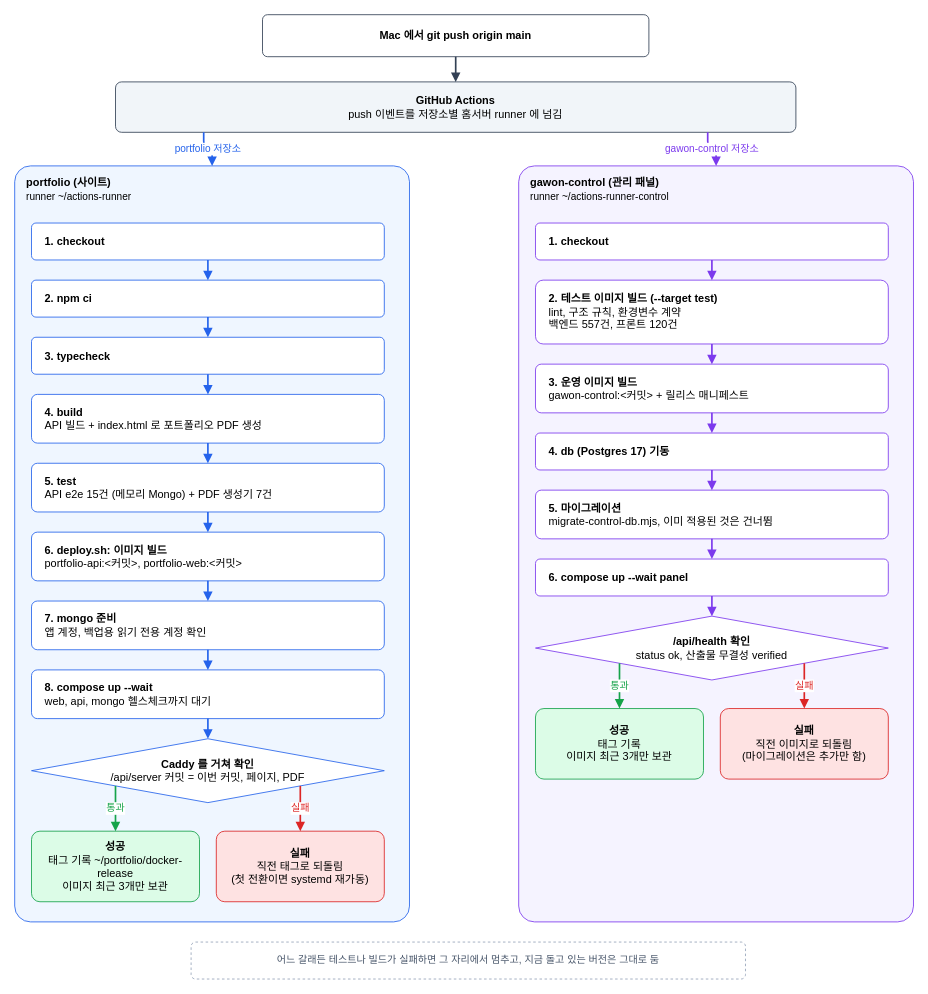
Above: docs/diagrams/deploy-pipeline.drawio in wongakim-99/portfolio (draw.io), before the change. Source tidied: cells renumbered, new cells numbered last; positions are measured from the earlier drawing's top-left corner, leaving out a move shared by most shapes. Both pictures are drawn from the tidied source at 84%, with x=0, y=0 at pixel (14, 14).
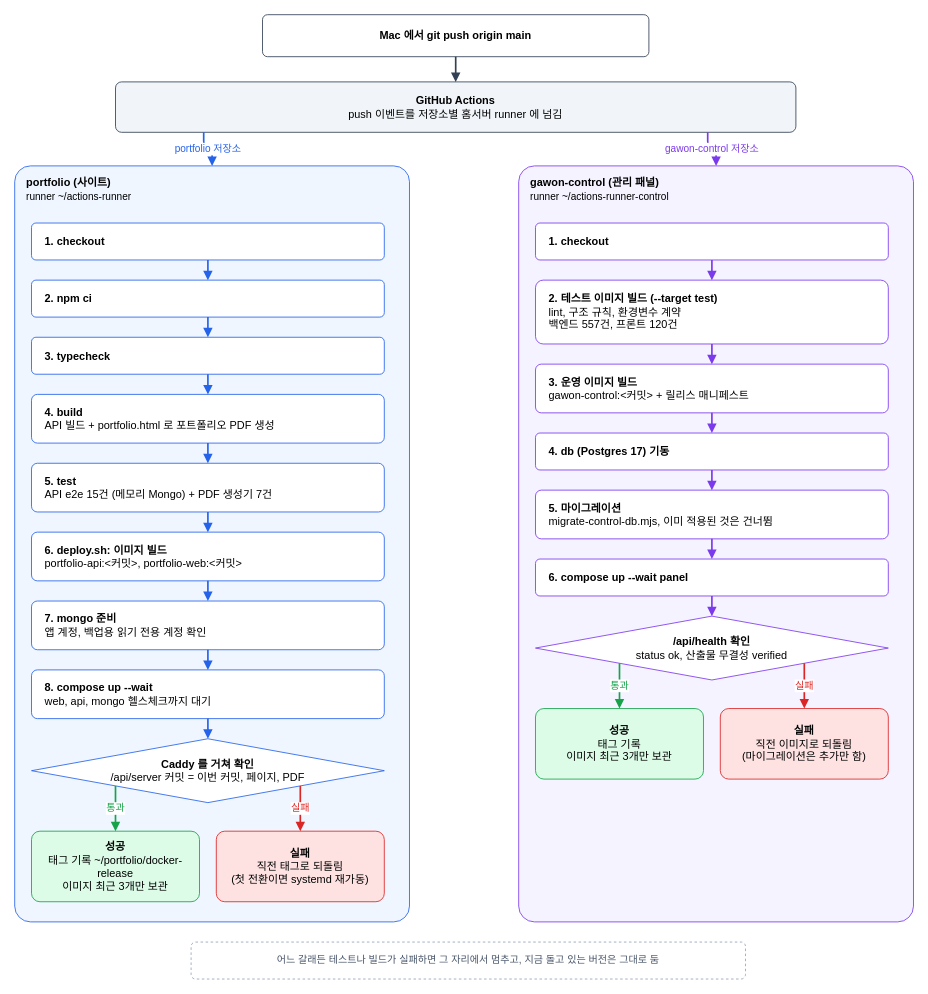
Above is the later version.

Commit message (it also covers changes not shown here):
Split home, portfolio, and feed navigation

The edit, as a diff of the source:
```diff
@@
-    <mxCell id="9" value="&lt;b&gt;4. build&lt;/b&gt;&lt;br&gt;API 빌드 + index.html 로 포트폴리오 PDF 생성" style="rounded=1;whiteSpace=wrap;html=1;arcSize=12;fillColor=#FFFFFF;strokeColor=#2563EB;fontFamily=Apple SD Gothic Neo;fontSize=13;align=left;spacingLeft=14;" parent="1" vertex="1">
+    <mxCell id="9" value="&lt;b&gt;4. build&lt;/b&gt;&lt;br&gt;API 빌드 + portfolio.html 로 포트폴리오 PDF 생성" style="rounded=1;whiteSpace=wrap;html=1;arcSize=12;fillColor=#FFFFFF;strokeColor=#2563EB;fontFamily=Apple SD Gothic Neo;fontSize=13;align=left;spacingLeft=14;" parent="1" vertex="1">
       <mxGeometry x="20" y="452" width="420" height="58" as="geometry" />
     </mxCell>
```
